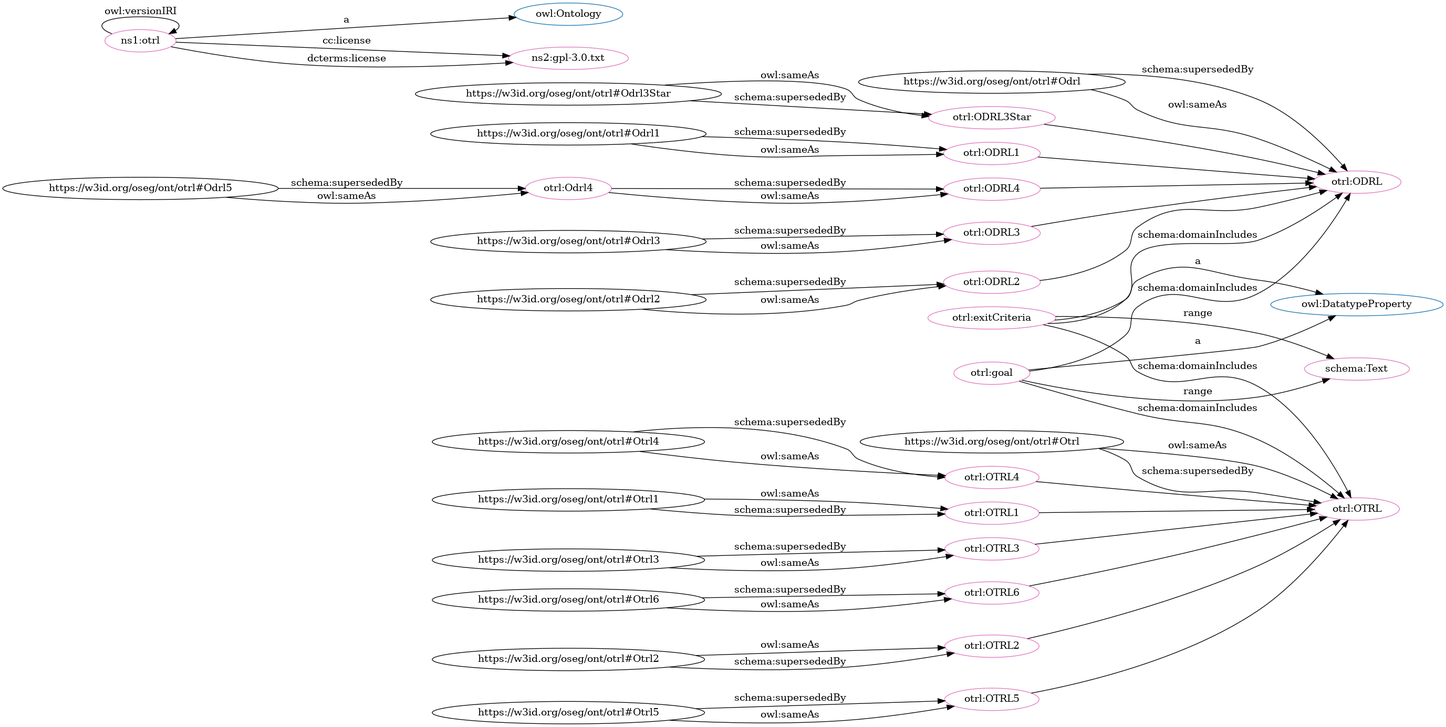
Before: dot_OTRL.png, a diagram exported from Graphviz (OPEN-NEXT/OKH-LOSH). Its source is kept beside it as dot_OTRL.dot.
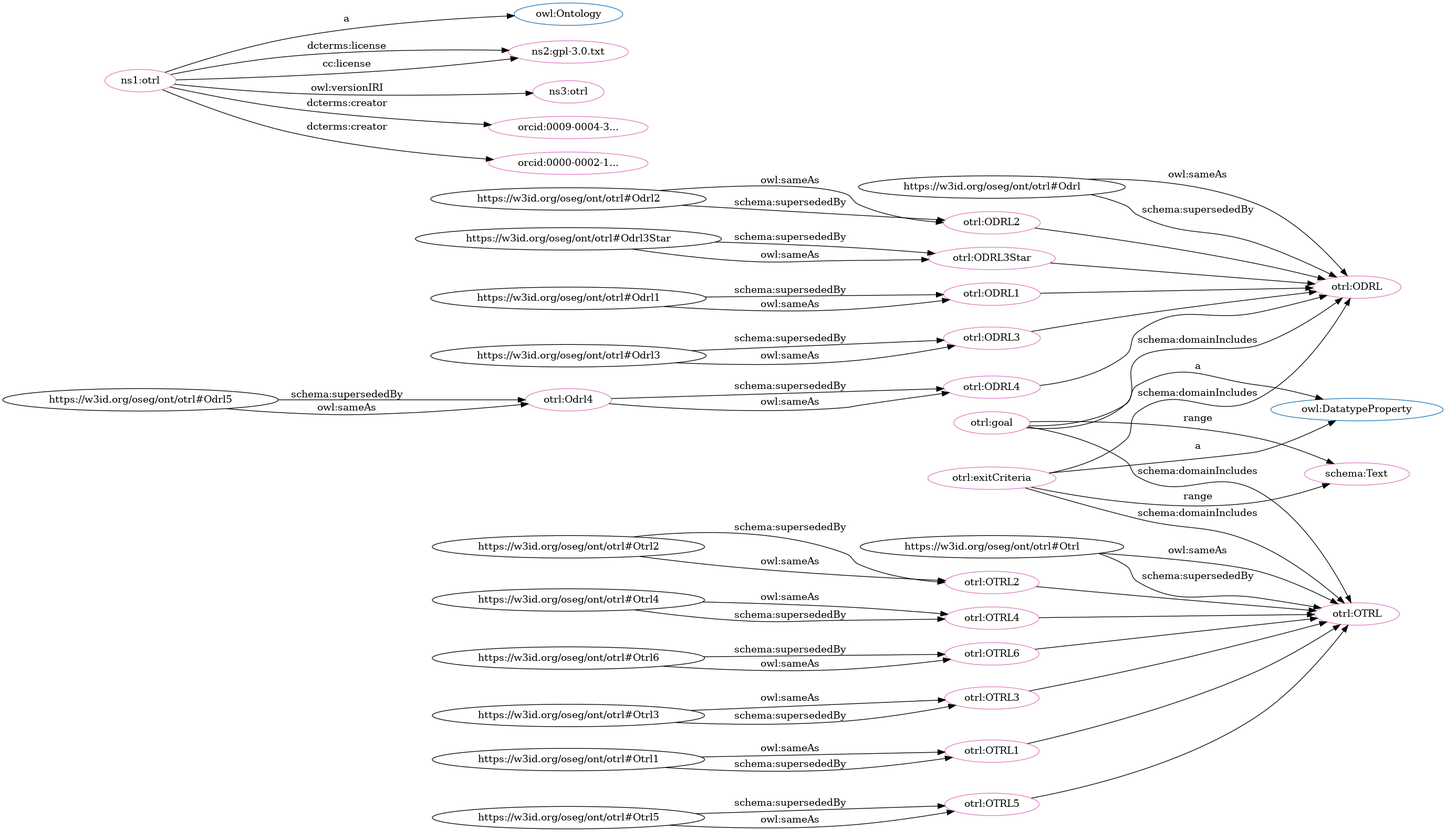
The same diagram one commit later.

The edit, as a diff of the source:
```diff
@@ -1,89 +1,94 @@
 digraph G {
   rankdir=BT
   node[height=.3]
+"https://w3id.org/oseg/ont/otrl#ODRL2" [fillcolor="#1f77b4" color="#1f77b4" label="otrl:ODRL2"]
 "https://w3id.org/oseg/ont/otrl#ODRL3Star" [fillcolor="#1f77b4" color="#1f77b4" label="otrl:ODRL3Star"]
+"https://w3id.org/oseg/ont/otrl#OTRL1" [fillcolor="#1f77b4" color="#1f77b4" label="otrl:OTRL1"]
+"https://w3id.org/oseg/ont/otrl#OTRL2" [fillcolor="#1f77b4" color="#1f77b4" label="otrl:OTRL2"]
+"https://w3id.org/oseg/ont/otrl#OTRL" [fillcolor="#1f77b4" color="#1f77b4" label="otrl:OTRL"]
 "https://w3id.org/oseg/ont/otrl#ODRL1" [fillcolor="#1f77b4" color="#1f77b4" label="otrl:ODRL1"]
-"https://w3id.org/oseg/ont/otrl#OTRL2" [fillcolor="#1f77b4" color="#1f77b4" label="otrl:OTRL2"]
-"http://www.w3.org/2002/07/owl#Ontology" [fillcolor="#1f77b4" color="#1f77b4" label="owl:Ontology"]
+"https://w3id.org/oseg/ont/otrl#ODRL3" [fillcolor="#1f77b4" color="#1f77b4" label="otrl:ODRL3"]
 "https://w3id.org/oseg/ont/otrl#OTRL4" [fillcolor="#1f77b4" color="#1f77b4" label="otrl:OTRL4"]
 "https://w3id.org/oseg/ont/otrl#ODRL4" [fillcolor="#1f77b4" color="#1f77b4" label="otrl:ODRL4"]
-"https://w3id.org/oseg/ont/otrl#OTRL1" [fillcolor="#1f77b4" color="#1f77b4" label="otrl:OTRL1"]
+"https://w3id.org/oseg/ont/otrl#ODRL" [fillcolor="#1f77b4" color="#1f77b4" label="otrl:ODRL"]
+"https://w3id.org/oseg/ont/otrl#OTRL6" [fillcolor="#1f77b4" color="#1f77b4" label="otrl:OTRL6"]
 "https://w3id.org/oseg/ont/otrl#OTRL3" [fillcolor="#1f77b4" color="#1f77b4" label="otrl:OTRL3"]
-"https://w3id.org/oseg/ont/otrl#ODRL3" [fillcolor="#1f77b4" color="#1f77b4" label="otrl:ODRL3"]
-"https://w3id.org/oseg/ont/otrl#OTRL6" [fillcolor="#1f77b4" color="#1f77b4" label="otrl:OTRL6"]
-"https://w3id.org/oseg/ont/otrl#ODRL2" [fillcolor="#1f77b4" color="#1f77b4" label="otrl:ODRL2"]
 "https://w3id.org/oseg/ont/otrl#OTRL5" [fillcolor="#1f77b4" color="#1f77b4" label="otrl:OTRL5"]
-"https://w3id.org/oseg/ont/otrl#ODRL" [fillcolor="#1f77b4" color="#1f77b4" label="otrl:ODRL"]
-"https://w3id.org/oseg/ont/otrl#OTRL" [fillcolor="#1f77b4" color="#1f77b4" label="otrl:OTRL"]
 "http://www.w3.org/2002/07/owl#DatatypeProperty" [fillcolor="#1f77b4" color="#1f77b4" label="owl:DatatypeProperty"]
+"http://www.w3.org/2002/07/owl#Ontology" [fillcolor="#1f77b4" color="#1f77b4" label="owl:Ontology"]
+"https://w3id.org/oseg/ont/otrl#OTRL5" [fillcolor="#e377c2" color="#e377c2" label="otrl:OTRL5"]
+"https://w3id.org/oseg/ont/otrl#ODRL" [fillcolor="#e377c2" color="#e377c2" label="otrl:ODRL"]
+"https://w3id.org/oseg/ont/otrl#OTRL" [fillcolor="#e377c2" color="#e377c2" label="otrl:OTRL"]
+"https://w3id.org/oseg/ont/otrl#ODRL4" [fillcolor="#e377c2" color="#e377c2" label="otrl:ODRL4"]
+"https://w3id.org/oseg/ont/otrl#ODRL3" [fillcolor="#e377c2" color="#e377c2" label="otrl:ODRL3"]
 "https://w3id.org/oseg/ont/otrl" [fillcolor="#e377c2" color="#e377c2" label="ns1:otrl"]
 "https://w3id.org/oseg/ont/otrl#ODRL2" [fillcolor="#e377c2" color="#e377c2" label="otrl:ODRL2"]
-"https://w3id.org/oseg/ont/otrl#OTRL" [fillcolor="#e377c2" color="#e377c2" label="otrl:OTRL"]
-"https://w3id.org/oseg/ont/otrl#ODRL" [fillcolor="#e377c2" color="#e377c2" label="otrl:ODRL"]
-"https://w3id.org/oseg/ont/otrl#exitCriteria" [fillcolor="#e377c2" color="#e377c2" label="otrl:exitCriteria"]
-"https://w3id.org/oseg/ont/otrl#ODRL3" [fillcolor="#e377c2" color="#e377c2" label="otrl:ODRL3"]
-"http://schema.org/Text" [fillcolor="#e377c2" color="#e377c2" label="schema:Text"]
-"https://w3id.org/oseg/ont/otrl#OTRL5" [fillcolor="#e377c2" color="#e377c2" label="otrl:OTRL5"]
+"https://w3id.org/oseg/ont/otrl#OTRL2" [fillcolor="#e377c2" color="#e377c2" label="otrl:OTRL2"]
 "https://w3id.org/oseg/ont/otrl#OTRL1" [fillcolor="#e377c2" color="#e377c2" label="otrl:OTRL1"]
 "https://w3id.org/oseg/ont/otrl#OTRL3" [fillcolor="#e377c2" color="#e377c2" label="otrl:OTRL3"]
 "https://w3id.org/oseg/ont/otrl#OTRL4" [fillcolor="#e377c2" color="#e377c2" label="otrl:OTRL4"]
+"https://w3id.org/oseg/ont/otrl#ODRL3Star" [fillcolor="#e377c2" color="#e377c2" label="otrl:ODRL3Star"]
+"http://schema.org/Text" [fillcolor="#e377c2" color="#e377c2" label="schema:Text"]
+"https://w3id.org/oseg/ont/otrl#goal" [fillcolor="#e377c2" color="#e377c2" label="otrl:goal"]
+"https://www.gnu.org/licenses/gpl-3.0.txt" [fillcolor="#e377c2" color="#e377c2" label="ns2:gpl-3.0.txt"]
+"https://w3id.org/oseg/ont/1.1.0/otrl" [fillcolor="#e377c2" color="#e377c2" label="ns3:otrl"]
+"https://w3id.org/oseg/ont/otrl#ODRL1" [fillcolor="#e377c2" color="#e377c2" label="otrl:ODRL1"]
 "https://w3id.org/oseg/ont/otrl#OTRL6" [fillcolor="#e377c2" color="#e377c2" label="otrl:OTRL6"]
-"https://w3id.org/oseg/ont/otrl#goal" [fillcolor="#e377c2" color="#e377c2" label="otrl:goal"]
-"https://w3id.org/oseg/ont/otrl#ODRL1" [fillcolor="#e377c2" color="#e377c2" label="otrl:ODRL1"]
-"https://w3id.org/oseg/ont/otrl#OTRL2" [fillcolor="#e377c2" color="#e377c2" label="otrl:OTRL2"]
-"https://w3id.org/oseg/ont/otrl#ODRL4" [fillcolor="#e377c2" color="#e377c2" label="otrl:ODRL4"]
-"https://w3id.org/oseg/ont/otrl#ODRL3Star" [fillcolor="#e377c2" color="#e377c2" label="otrl:ODRL3Star"]
+"https://orcid.org/0009-0004-3559-6542" [fillcolor="#e377c2" color="#e377c2" label="orcid:0009-0004-3..."]
 "https://w3id.org/oseg/ont/otrl#Odrl4" [fillcolor="#e377c2" color="#e377c2" label="otrl:Odrl4"]
-"https://www.gnu.org/licenses/gpl-3.0.txt" [fillcolor="#e377c2" color="#e377c2" label="ns2:gpl-3.0.txt"]
+"https://w3id.org/oseg/ont/otrl#exitCriteria" [fillcolor="#e377c2" color="#e377c2" label="otrl:exitCriteria"]
+"https://orcid.org/0000-0002-1611-7129" [fillcolor="#e377c2" color="#e377c2" label="orcid:0000-0002-1..."]
+  "https://w3id.org/oseg/ont/otrl#Otrl5" -> "https://w3id.org/oseg/ont/otrl#OTRL5" [label="schema:supersededBy"]
+  "https://w3id.org/oseg/ont/otrl#ODRL2" -> "https://w3id.org/oseg/ont/otrl#ODRL" [label=""]
+  "https://w3id.org/oseg/ont/otrl#exitCriteria" -> "https://w3id.org/oseg/ont/otrl#OTRL" [label="schema:domainIncludes"]
+  "https://w3id.org/oseg/ont/otrl#goal" -> "https://w3id.org/oseg/ont/otrl#OTRL" [label="schema:domainIncludes"]
+  "https://w3id.org/oseg/ont/otrl" -> "https://www.gnu.org/licenses/gpl-3.0.txt" [label="dcterms:license"]
+  "https://w3id.org/oseg/ont/otrl#Odrl4" -> "https://w3id.org/oseg/ont/otrl#ODRL4" [label="schema:supersededBy"]
+  "https://w3id.org/oseg/ont/otrl#ODRL3Star" -> "https://w3id.org/oseg/ont/otrl#ODRL" [label=""]
+  "https://w3id.org/oseg/ont/otrl#Odrl3" -> "https://w3id.org/oseg/ont/otrl#ODRL3" [label="schema:supersededBy"]
   "https://w3id.org/oseg/ont/otrl" -> "http://www.w3.org/2002/07/owl#Ontology" [label="a"]
+  "https://w3id.org/oseg/ont/otrl#Odrl2" -> "https://w3id.org/oseg/ont/otrl#ODRL2" [label="owl:sameAs"]
+  "https://w3id.org/oseg/ont/otrl#OTRL5" -> "https://w3id.org/oseg/ont/otrl#OTRL" [label=""]
+  "https://w3id.org/oseg/ont/otrl#OTRL3" -> "https://w3id.org/oseg/ont/otrl#OTRL" [label=""]
+  "https://w3id.org/oseg/ont/otrl#Otrl2" -> "https://w3id.org/oseg/ont/otrl#OTRL2" [label="schema:supersededBy"]
+  "https://w3id.org/oseg/ont/otrl#ODRL3" -> "https://w3id.org/oseg/ont/otrl#ODRL" [label=""]
+  "https://w3id.org/oseg/ont/otrl#OTRL1" -> "https://w3id.org/oseg/ont/otrl#OTRL" [label=""]
+  "https://w3id.org/oseg/ont/otrl#Otrl1" -> "https://w3id.org/oseg/ont/otrl#OTRL1" [label="owl:sameAs"]
+  "https://w3id.org/oseg/ont/otrl#Otrl3" -> "https://w3id.org/oseg/ont/otrl#OTRL3" [label="owl:sameAs"]
+  "https://w3id.org/oseg/ont/otrl#OTRL2" -> "https://w3id.org/oseg/ont/otrl#OTRL" [label=""]
+  "https://w3id.org/oseg/ont/otrl#Odrl4" -> "https://w3id.org/oseg/ont/otrl#ODRL4" [label="owl:sameAs"]
+  "https://w3id.org/oseg/ont/otrl#Otrl4" -> "https://w3id.org/oseg/ont/otrl#OTRL4" [label="owl:sameAs"]
+  "https://w3id.org/oseg/ont/otrl#Odrl3Star" -> "https://w3id.org/oseg/ont/otrl#ODRL3Star" [label="schema:supersededBy"]
+  "https://w3id.org/oseg/ont/otrl#Otrl4" -> "https://w3id.org/oseg/ont/otrl#OTRL4" [label="schema:supersededBy"]
+  "https://w3id.org/oseg/ont/otrl#exitCriteria" -> "http://schema.org/Text" [label="range"]
+  "https://w3id.org/oseg/ont/otrl#Odrl" -> "https://w3id.org/oseg/ont/otrl#ODRL" [label="schema:supersededBy"]
+  "https://w3id.org/oseg/ont/otrl#goal" -> "http://schema.org/Text" [label="range"]
+  "https://w3id.org/oseg/ont/otrl#Otrl3" -> "https://w3id.org/oseg/ont/otrl#OTRL3" [label="schema:supersededBy"]
+  "https://w3id.org/oseg/ont/otrl#goal" -> "http://www.w3.org/2002/07/owl#DatatypeProperty" [label="a"]
+  "https://w3id.org/oseg/ont/otrl#Otrl" -> "https://w3id.org/oseg/ont/otrl#OTRL" [label="schema:supersededBy"]
+  "https://w3id.org/oseg/ont/otrl" -> "https://www.gnu.org/licenses/gpl-3.0.txt" [label="cc:license"]
+  "https://w3id.org/oseg/ont/otrl#exitCriteria" -> "https://w3id.org/oseg/ont/otrl#ODRL" [label="schema:domainIncludes"]
+  "https://w3id.org/oseg/ont/otrl" -> "https://w3id.org/oseg/ont/1.1.0/otrl" [label="owl:versionIRI"]
+  "https://w3id.org/oseg/ont/otrl#goal" -> "https://w3id.org/oseg/ont/otrl#ODRL" [label="schema:domainIncludes"]
+  "https://w3id.org/oseg/ont/otrl#Odrl1" -> "https://w3id.org/oseg/ont/otrl#ODRL1" [label="schema:supersededBy"]
+  "https://w3id.org/oseg/ont/otrl#Otrl6" -> "https://w3id.org/oseg/ont/otrl#OTRL6" [label="schema:supersededBy"]
+  "https://w3id.org/oseg/ont/otrl" -> "https://orcid.org/0009-0004-3559-6542" [label="dcterms:creator"]
+  "https://w3id.org/oseg/ont/otrl#Odrl3Star" -> "https://w3id.org/oseg/ont/otrl#ODRL3Star" [label="owl:sameAs"]
+  "https://w3id.org/oseg/ont/otrl#Odrl" -> "https://w3id.org/oseg/ont/otrl#ODRL" [label="owl:sameAs"]
+  "https://w3id.org/oseg/ont/otrl#OTRL4" -> "https://w3id.org/oseg/ont/otrl#OTRL" [label=""]
+  "https://w3id.org/oseg/ont/otrl#ODRL1" -> "https://w3id.org/oseg/ont/otrl#ODRL" [label=""]
+  "https://w3id.org/oseg/ont/otrl#ODRL4" -> "https://w3id.org/oseg/ont/otrl#ODRL" [label=""]
+  "https://w3id.org/oseg/ont/otrl#Odrl5" -> "https://w3id.org/oseg/ont/otrl#Odrl4" [label="schema:supersededBy"]
+  "https://w3id.org/oseg/ont/otrl#Otrl" -> "https://w3id.org/oseg/ont/otrl#OTRL" [label="owl:sameAs"]
+  "https://w3id.org/oseg/ont/otrl#exitCriteria" -> "http://www.w3.org/2002/07/owl#DatatypeProperty" [label="a"]
+  "https://w3id.org/oseg/ont/otrl#Odrl3" -> "https://w3id.org/oseg/ont/otrl#ODRL3" [label="owl:sameAs"]
+  "https://w3id.org/oseg/ont/otrl#Odrl5" -> "https://w3id.org/oseg/ont/otrl#Odrl4" [label="owl:sameAs"]
+  "https://w3id.org/oseg/ont/otrl#Odrl1" -> "https://w3id.org/oseg/ont/otrl#ODRL1" [label="owl:sameAs"]
   "https://w3id.org/oseg/ont/otrl#Odrl2" -> "https://w3id.org/oseg/ont/otrl#ODRL2" [label="schema:supersededBy"]
+  "https://w3id.org/oseg/ont/otrl#Otrl2" -> "https://w3id.org/oseg/ont/otrl#OTRL2" [label="owl:sameAs"]
+  "https://w3id.org/oseg/ont/otrl" -> "https://orcid.org/0000-0002-1611-7129" [label="dcterms:creator"]
+  "https://w3id.org/oseg/ont/otrl#Otrl6" -> "https://w3id.org/oseg/ont/otrl#OTRL6" [label="owl:sameAs"]
+  "https://w3id.org/oseg/ont/otrl#Otrl5" -> "https://w3id.org/oseg/ont/otrl#OTRL5" [label="owl:sameAs"]
+  "https://w3id.org/oseg/ont/otrl#Otrl1" -> "https://w3id.org/oseg/ont/otrl#OTRL1" [label="schema:supersededBy"]
   "https://w3id.org/oseg/ont/otrl#OTRL6" -> "https://w3id.org/oseg/ont/otrl#OTRL" [label=""]
-  "https://w3id.org/oseg/ont/otrl#Odrl" -> "https://w3id.org/oseg/ont/otrl#ODRL" [label="owl:sameAs"]
-  "https://w3id.org/oseg/ont/otrl#OTRL1" -> "https://w3id.org/oseg/ont/otrl#OTRL" [label=""]
-  "https://w3id.org/oseg/ont/otrl#Otrl" -> "https://w3id.org/oseg/ont/otrl#OTRL" [label="schema:supersededBy"]
-  "https://w3id.org/oseg/ont/otrl#exitCriteria" -> "http://www.w3.org/2002/07/owl#DatatypeProperty" [label="a"]
-  "https://w3id.org/oseg/ont/otrl#OTRL5" -> "https://w3id.org/oseg/ont/otrl#OTRL" [label=""]
-  "https://w3id.org/oseg/ont/otrl#Odrl3" -> "https://w3id.org/oseg/ont/otrl#ODRL3" [label="schema:supersededBy"]
-  "https://w3id.org/oseg/ont/otrl#goal" -> "http://schema.org/Text" [label="range"]
-  "https://w3id.org/oseg/ont/otrl#Otrl5" -> "https://w3id.org/oseg/ont/otrl#OTRL5" [label="schema:supersededBy"]
-  "https://w3id.org/oseg/ont/otrl#OTRL4" -> "https://w3id.org/oseg/ont/otrl#OTRL" [label=""]
-  "https://w3id.org/oseg/ont/otrl#exitCriteria" -> "https://w3id.org/oseg/ont/otrl#OTRL" [label="schema:domainIncludes"]
-  "https://w3id.org/oseg/ont/otrl#Otrl1" -> "https://w3id.org/oseg/ont/otrl#OTRL1" [label="owl:sameAs"]
-  "https://w3id.org/oseg/ont/otrl#Odrl2" -> "https://w3id.org/oseg/ont/otrl#ODRL2" [label="owl:sameAs"]
-  "https://w3id.org/oseg/ont/otrl#ODRL3" -> "https://w3id.org/oseg/ont/otrl#ODRL" [label=""]
-  "https://w3id.org/oseg/ont/otrl#Otrl1" -> "https://w3id.org/oseg/ont/otrl#OTRL1" [label="schema:supersededBy"]
-  "https://w3id.org/oseg/ont/otrl#ODRL1" -> "https://w3id.org/oseg/ont/otrl#ODRL" [label=""]
-  "https://w3id.org/oseg/ont/otrl#Otrl3" -> "https://w3id.org/oseg/ont/otrl#OTRL3" [label="schema:supersededBy"]
-  "https://w3id.org/oseg/ont/otrl#Otrl4" -> "https://w3id.org/oseg/ont/otrl#OTRL4" [label="schema:supersededBy"]
-  "https://w3id.org/oseg/ont/otrl#Otrl6" -> "https://w3id.org/oseg/ont/otrl#OTRL6" [label="schema:supersededBy"]
-  "https://w3id.org/oseg/ont/otrl#ODRL4" -> "https://w3id.org/oseg/ont/otrl#ODRL" [label=""]
-  "https://w3id.org/oseg/ont/otrl#ODRL2" -> "https://w3id.org/oseg/ont/otrl#ODRL" [label=""]
-  "https://w3id.org/oseg/ont/otrl#goal" -> "http://www.w3.org/2002/07/owl#DatatypeProperty" [label="a"]
-  "https://w3id.org/oseg/ont/otrl#Otrl5" -> "https://w3id.org/oseg/ont/otrl#OTRL5" [label="owl:sameAs"]
-  "https://w3id.org/oseg/ont/otrl#goal" -> "https://w3id.org/oseg/ont/otrl#OTRL" [label="schema:domainIncludes"]
-  "https://w3id.org/oseg/ont/otrl#Odrl1" -> "https://w3id.org/oseg/ont/otrl#ODRL1" [label="schema:supersededBy"]
-  "https://w3id.org/oseg/ont/otrl#Otrl2" -> "https://w3id.org/oseg/ont/otrl#OTRL2" [label="owl:sameAs"]
-  "https://w3id.org/oseg/ont/otrl#Otrl2" -> "https://w3id.org/oseg/ont/otrl#OTRL2" [label="schema:supersededBy"]
-  "https://w3id.org/oseg/ont/otrl#Odrl4" -> "https://w3id.org/oseg/ont/otrl#ODRL4" [label="schema:supersededBy"]
-  "https://w3id.org/oseg/ont/otrl#Otrl4" -> "https://w3id.org/oseg/ont/otrl#OTRL4" [label="owl:sameAs"]
-  "https://w3id.org/oseg/ont/otrl#Odrl1" -> "https://w3id.org/oseg/ont/otrl#ODRL1" [label="owl:sameAs"]
-  "https://w3id.org/oseg/ont/otrl#Odrl3Star" -> "https://w3id.org/oseg/ont/otrl#ODRL3Star" [label="owl:sameAs"]
-  "https://w3id.org/oseg/ont/otrl#Odrl5" -> "https://w3id.org/oseg/ont/otrl#Odrl4" [label="schema:supersededBy"]
-  "https://w3id.org/oseg/ont/otrl#Otrl6" -> "https://w3id.org/oseg/ont/otrl#OTRL6" [label="owl:sameAs"]
-  "https://w3id.org/oseg/ont/otrl#Odrl3" -> "https://w3id.org/oseg/ont/otrl#ODRL3" [label="owl:sameAs"]
-  "https://w3id.org/oseg/ont/otrl#Odrl3Star" -> "https://w3id.org/oseg/ont/otrl#ODRL3Star" [label="schema:supersededBy"]
-  "https://w3id.org/oseg/ont/otrl#OTRL2" -> "https://w3id.org/oseg/ont/otrl#OTRL" [label=""]
-  "https://w3id.org/oseg/ont/otrl#exitCriteria" -> "https://w3id.org/oseg/ont/otrl#ODRL" [label="schema:domainIncludes"]
-  "https://w3id.org/oseg/ont/otrl#exitCriteria" -> "http://schema.org/Text" [label="range"]
-  "https://w3id.org/oseg/ont/otrl" -> "https://www.gnu.org/licenses/gpl-3.0.txt" [label="cc:license"]
-  "https://w3id.org/oseg/ont/otrl#Odrl" -> "https://w3id.org/oseg/ont/otrl#ODRL" [label="schema:supersededBy"]
-  "https://w3id.org/oseg/ont/otrl#OTRL3" -> "https://w3id.org/oseg/ont/otrl#OTRL" [label=""]
-  "https://w3id.org/oseg/ont/otrl" -> "https://www.gnu.org/licenses/gpl-3.0.txt" [label="dcterms:license"]
-  "https://w3id.org/oseg/ont/otrl#goal" -> "https://w3id.org/oseg/ont/otrl#ODRL" [label="schema:domainIncludes"]
-  "https://w3id.org/oseg/ont/otrl#ODRL3Star" -> "https://w3id.org/oseg/ont/otrl#ODRL" [label=""]
-  "https://w3id.org/oseg/ont/otrl#Odrl4" -> "https://w3id.org/oseg/ont/otrl#ODRL4" [label="owl:sameAs"]
-  "https://w3id.org/oseg/ont/otrl#Otrl3" -> "https://w3id.org/oseg/ont/otrl#OTRL3" [label="owl:sameAs"]
-  "https://w3id.org/oseg/ont/otrl#Odrl5" -> "https://w3id.org/oseg/ont/otrl#Odrl4" [label="owl:sameAs"]
-  "https://w3id.org/oseg/ont/otrl#Otrl" -> "https://w3id.org/oseg/ont/otrl#OTRL" [label="owl:sameAs"]
-  "https://w3id.org/oseg/ont/otrl" -> "https://w3id.org/oseg/ont/otrl" [label="owl:versionIRI"]
 }
```
